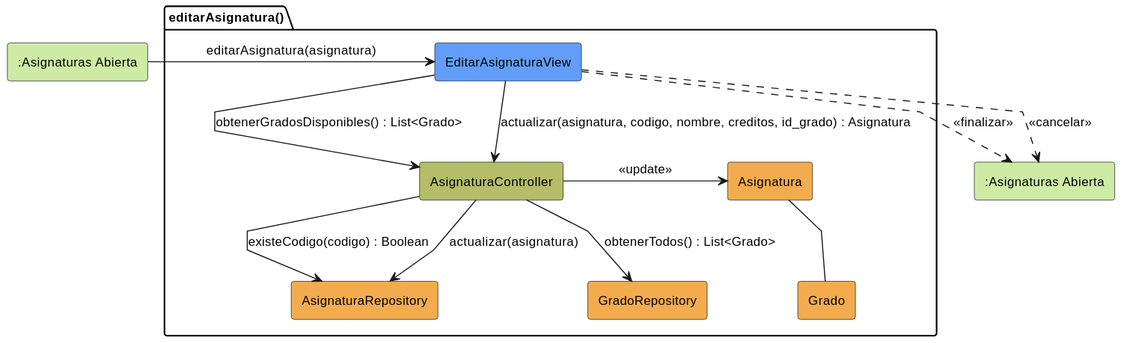
The PlantUML diagram images/01-analisis/casos-uso/editarAsignatura/editarAsignatura-analisis.svg in carlos-alvarado-25/25-26-idsw2-sdVC, before a commit.
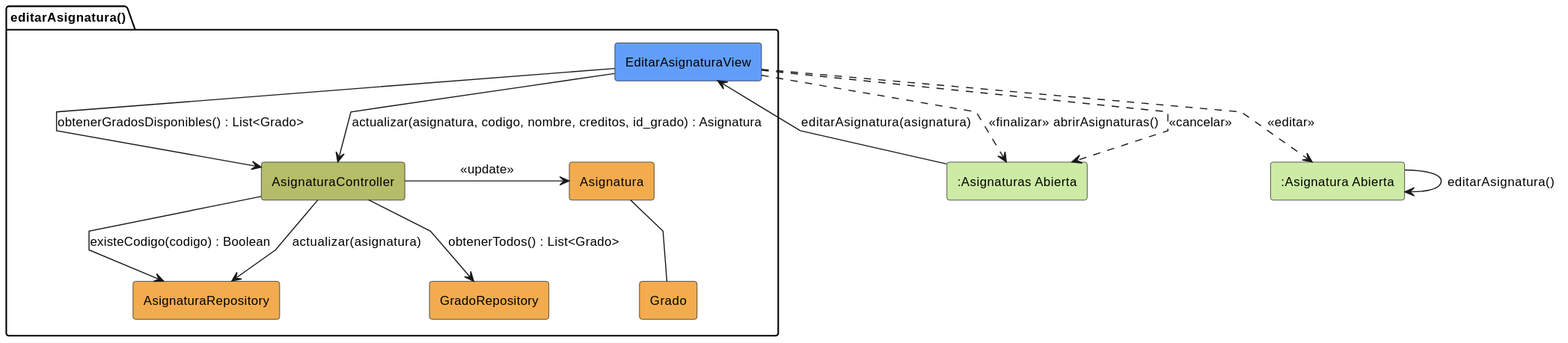
The same diagram one commit later.

The edit, as a diff of the source:
```diff
@@ -6,6 +6,7 @@
 skinparam linetype polyline
 
 rectangle #CDEBA5 ":Asignaturas Abierta" as AsignaturasAbierto
+rectangle #CDEBA5 ":Asignatura Abierta" as AsignaturaAbierto
 
 package editarAsignatura as "editarAsignatura()" {
     rectangle #629EF9 EditarAsignaturaView
@@ -15,8 +16,6 @@
     rectangle #F2AC4E Asignatura
     rectangle #F2AC4E Grado
 }
-
-rectangle #CDEBA5 ":Asignaturas Abierta" as AsignaturasAbiertoSalida
 
 AsignaturasAbierto -r-> EditarAsignaturaView: editarAsignatura(asignatura)
 
@@ -31,6 +30,9 @@
 
 Asignatura -- Grado
 
-EditarAsignaturaView ..> AsignaturasAbiertoSalida: <<finalizar>>
-EditarAsignaturaView ..> AsignaturasAbiertoSalida: <<cancelar>>
+EditarAsignaturaView ..> AsignaturaAbierto: <<editar>>
+AsignaturaAbierto --> AsignaturaAbierto: editarAsignatura()
+
+EditarAsignaturaView ..> AsignaturasAbierto: <<finalizar>> abrirAsignaturas()
+EditarAsignaturaView ..> AsignaturasAbierto: <<cancelar>>
 @enduml
```
